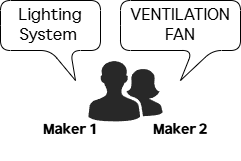
Earlier version of the draw.io export workflow/1024.png (HD-Jinyeong/my_flask_app). Source tidied: cells renumbered, new cells last; positions are measured from the earlier drawing's top-left corner, leaving out a move shared by most shapes. The source it was exported from:
```xml
<mxGraphModel>
  <root>
    <mxCell id="0" />
    <mxCell id="1" parent="0" />
    <mxCell id="2" value="&lt;font style=&quot;font-size: 14px;&quot; face=&quot;HD현대체 Bold&quot;&gt;Maker 1&lt;/font&gt;" style="rounded=0;whiteSpace=wrap;html=1;strokeColor=none;" parent="1" vertex="1">
      <mxGeometry x="10" y="100" width="120" height="60" as="geometry" />
    </mxCell>
    <mxCell id="3" value="&lt;font style=&quot;font-size: 14px;&quot; face=&quot;HD현대체 Bold&quot;&gt;Maker 2&lt;/font&gt;" style="rounded=0;whiteSpace=wrap;html=1;strokeColor=none;" parent="1" vertex="1">
      <mxGeometry x="120" y="100" width="120" height="60" as="geometry" />
    </mxCell>
    <mxCell id="4" style="verticalLabelPosition=bottom;sketch=0;html=1;fillColor=#282828;strokeColor=none;verticalAlign=top;align=center;shape=mxgraph.cisco_safe.people_places_things_icons.icon2;" parent="1" vertex="1">
      <mxGeometry x="87.8" y="60" width="74.4" height="61" as="geometry" />
    </mxCell>
    <mxCell id="5" value="&lt;span style=&quot;&quot; lang=&quot;EN-US&quot;&gt;&lt;font face=&quot;HD현대체 Medium&quot; style=&quot;font-size: 16px;&quot;&gt;VENTILATION&lt;br&gt;FAN&lt;/font&gt;&lt;/span&gt;" style="shape=callout;whiteSpace=wrap;html=1;perimeter=calloutPerimeter;rounded=1;size=30;position=0.6;" parent="1" vertex="1">
      <mxGeometry x="120" width="120" height="80" as="geometry" />
    </mxCell>
    <mxCell id="6" value="&lt;font face=&quot;HD현대체 Medium&quot; style=&quot;font-size: 16px;&quot;&gt;Lighting System&amp;nbsp;&lt;/font&gt;" style="shape=callout;whiteSpace=wrap;html=1;perimeter=calloutPerimeter;rounded=1;direction=east;position2=0.75;" parent="1" vertex="1">
      <mxGeometry width="100" height="80" as="geometry" />
    </mxCell>
  </root>
</mxGraphModel>
```
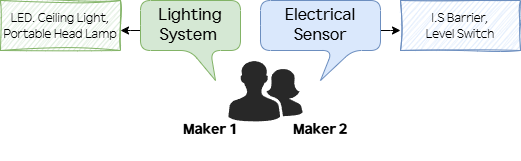
The same diagram one commit later.

Diff of the diagram source:
```diff
@@ -11,11 +11,33 @@
     <mxCell id="4" style="verticalLabelPosition=bottom;sketch=0;html=1;fillColor=#282828;strokeColor=none;verticalAlign=top;align=center;shape=mxgraph.cisco_safe.people_places_things_icons.icon2;" parent="1" vertex="1">
       <mxGeometry x="87.8" y="60" width="74.4" height="61" as="geometry" />
     </mxCell>
+    <mxCell id="7" style="edgeStyle=orthogonalEdgeStyle;rounded=0;jettySize=auto;html=1;" parent="1" edge="1" source="5" target="9">
+      <mxGeometry relative="1" as="geometry">
+        <Array as="points">
+          <mxPoint x="250" y="30" />
+          <mxPoint x="250" y="30" />
+        </Array>
+      </mxGeometry>
+    </mxCell>
-    <mxCell id="5" value="&lt;span style=&quot;&quot; lang=&quot;EN-US&quot;&gt;&lt;font face=&quot;HD현대체 Medium&quot; style=&quot;font-size: 16px;&quot;&gt;VENTILATION&lt;br&gt;FAN&lt;/font&gt;&lt;/span&gt;" style="shape=callout;whiteSpace=wrap;html=1;perimeter=calloutPerimeter;rounded=1;size=30;position=0.6;" parent="1" vertex="1">
+    <mxCell id="5" value="&lt;font face=&quot;HD현대체 Medium&quot;&gt;&lt;span style=&quot;font-size: 16px;&quot;&gt;Electrical Sensor&lt;/span&gt;&lt;/font&gt;" style="shape=callout;whiteSpace=wrap;html=1;perimeter=calloutPerimeter;rounded=1;size=30;position=0.6;fillColor=#dae8fc;strokeColor=#6c8ebf;" parent="1" vertex="1">
       <mxGeometry x="120" width="120" height="80" as="geometry" />
     </mxCell>
+    <mxCell id="8" style="edgeStyle=orthogonalEdgeStyle;rounded=0;jettySize=auto;html=1;" parent="1" edge="1" source="6" target="10">
+      <mxGeometry relative="1" as="geometry">
+        <Array as="points">
+          <mxPoint x="-10" y="30" />
+          <mxPoint x="-10" y="30" />
+        </Array>
+      </mxGeometry>
+    </mxCell>
-    <mxCell id="6" value="&lt;font face=&quot;HD현대체 Medium&quot; style=&quot;font-size: 16px;&quot;&gt;Lighting System&amp;nbsp;&lt;/font&gt;" style="shape=callout;whiteSpace=wrap;html=1;perimeter=calloutPerimeter;rounded=1;direction=east;position2=0.75;" parent="1" vertex="1">
+    <mxCell id="6" value="&lt;font face=&quot;HD현대체 Medium&quot; style=&quot;font-size: 16px;&quot;&gt;Lighting System&amp;nbsp;&lt;/font&gt;" style="shape=callout;whiteSpace=wrap;html=1;perimeter=calloutPerimeter;rounded=1;direction=east;position2=0.75;fillColor=#d5e8d4;strokeColor=#82b366;" parent="1" vertex="1">
       <mxGeometry width="100" height="80" as="geometry" />
     </mxCell>
+    <mxCell id="9" value="&lt;font face=&quot;HD현대체 Light&quot;&gt;I.S Barrier,&lt;/font&gt;&lt;div&gt;&lt;font face=&quot;HD현대체 Light&quot;&gt;Level Switch&lt;/font&gt;&lt;/div&gt;" style="rounded=0;whiteSpace=wrap;html=1;sketch=1;curveFitting=1;jiggle=2;fillColor=#dae8fc;strokeColor=#6c8ebf;" parent="1" vertex="1">
+      <mxGeometry x="260" width="120" height="50" as="geometry" />
+    </mxCell>
+    <mxCell id="10" value="&lt;font face=&quot;HD현대체 Light&quot;&gt;LED. Ceiling Light,&lt;/font&gt;&lt;div&gt;&lt;font face=&quot;HD현대체 Light&quot;&gt;Portable Head Lamp&lt;/font&gt;&lt;/div&gt;" style="whiteSpace=wrap;html=1;rounded=0;fillColor=#d5e8d4;strokeColor=#82b366;sketch=1;curveFitting=1;jiggle=2;" parent="1" vertex="1">
+      <mxGeometry x="-140" width="120" height="50" as="geometry" />
+    </mxCell>
   </root>
 </mxGraphModel>
```
